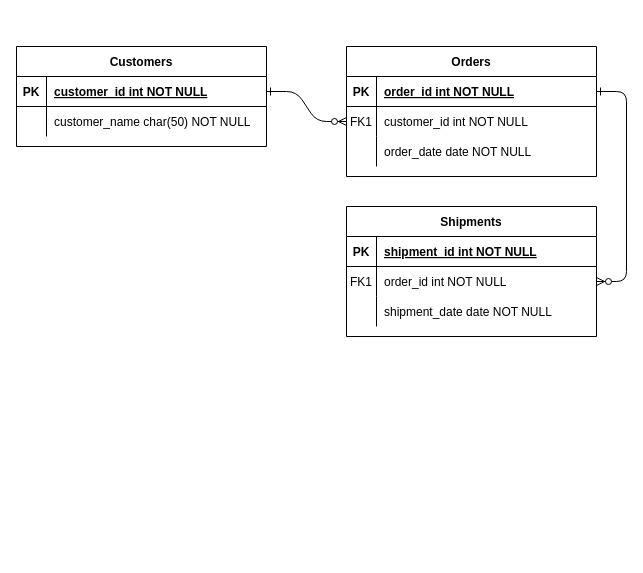
The draw.io diagram Untitled Diagram.drawio in nam6699/demo, before the edit. Source tidied: cells renumbered, new cells numbered last; positions are measured from the earlier drawing's top-left corner, leaving out a move shared by most shapes. Both pictures are drawn from the tidied source at 100%, with x=0, y=0 at pixel (16, 46).
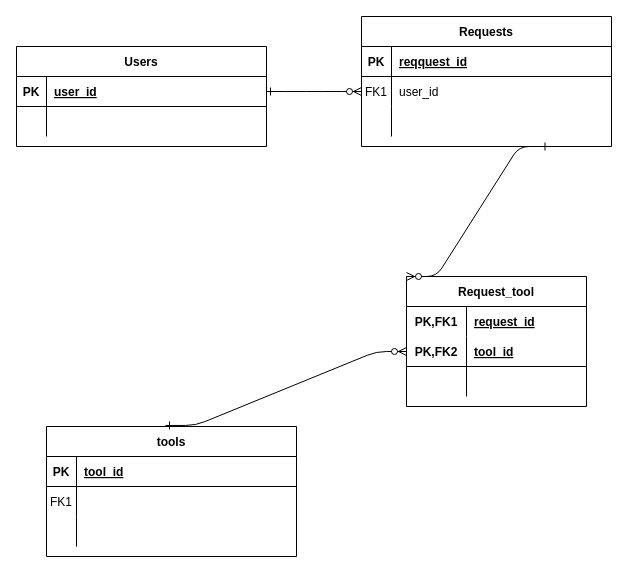
Above is the later version.

Unchanged cells that the change refers to:
```xml
<mxCell id="5" style="shape=partialRectangle;fillColor=none;points=[[0,0.5],[1,0.5]];portConstraint=eastwest;top=0;left=0;right=0;bottom=1;" parent="4" vertex="1">
  <mxGeometry y="30" width="250" height="30" as="geometry" />
</mxCell>
<mxCell id="8" style="shape=partialRectangle;fillColor=none;points=[[0,0.5],[1,0.5]];portConstraint=eastwest;top=0;left=0;right=0;bottom=0;" parent="4" vertex="1">
  <mxGeometry y="60" width="250" height="30" as="geometry" />
</mxCell>
<mxCell id="11" style="shape=partialRectangle;fillColor=none;top=0;left=0;right=0;bottom=0;" parent="4" vertex="1">
  <mxGeometry y="90" width="250" height="30" as="geometry" />
</mxCell>
<mxCell id="15" style="shape=partialRectangle;fillColor=none;top=0;left=0;right=0;bottom=1;" parent="14" vertex="1">
  <mxGeometry y="30" width="250" height="30" as="geometry" />
</mxCell>
<mxCell id="18" style="shape=partialRectangle;fillColor=none;points=[[0,0.5],[1,0.5]];portConstraint=eastwest;top=0;left=0;right=0;bottom=0;" parent="14" vertex="1">
  <mxGeometry y="60" width="250" height="30" as="geometry" />
</mxCell>
<mxCell id="21" style="shape=partialRectangle;fillColor=none;top=0;left=0;right=0;bottom=0;" parent="14" vertex="1">
  <mxGeometry y="90" width="250" height="30" as="geometry" />
</mxCell>
<mxCell id="25" style="shape=partialRectangle;fillColor=none;points=[[0,0.5],[1,0.5]];portConstraint=eastwest;top=0;left=0;right=0;bottom=1;" parent="24" vertex="1">
  <mxGeometry y="30" width="250" height="30" as="geometry" />
</mxCell>
<mxCell id="28" style="shape=partialRectangle;fillColor=none;top=0;left=0;right=0;bottom=0;" parent="24" vertex="1">
  <mxGeometry y="60" width="250" height="30" as="geometry" />
</mxCell>
```

The edit, as a diff of the source:
```diff
@@
-    <mxCell id="3" style="edgeStyle=entityRelationEdgeStyle;endArrow=ERzeroToMany;startArrow=ERone;endFill=1;startFill=0;" parent="1" edge="1" source="5" target="18">
-      <mxGeometry relative="1" as="geometry" />
-    </mxCell>
-    <mxCell id="4" value="Orders" style="shape=table;startSize=30;childLayout=tableLayout;rowLines=0;fontStyle=1;align=center;" parent="1" vertex="1">
-      <mxGeometry x="330" width="250" height="130" as="geometry" />
+    <mxCell id="4" value="Requests" style="shape=table;startSize=30;childLayout=tableLayout;rowLines=0;fontStyle=1;align=center;" parent="1" vertex="1">
+      <mxGeometry x="345" y="-30" width="250" height="130" as="geometry" />
     </mxCell>
@@
-    <mxCell id="7" value="order_id int NOT NULL " style="shape=partialRectangle;overflow=hidden;fillColor=none;top=0;left=0;bottom=0;right=0;align=left;spacingLeft=6;fontStyle=5;" parent="5" vertex="1">
+    <mxCell id="7" value="reqquest_id" style="shape=partialRectangle;overflow=hidden;fillColor=none;top=0;left=0;bottom=0;right=0;align=left;spacingLeft=6;fontStyle=5;" parent="5" vertex="1">
       <mxGeometry x="30" width="220" height="30" as="geometry" />
     </mxCell>
@@
-    <mxCell id="10" value="customer_id int NOT NULL" style="shape=partialRectangle;overflow=hidden;fillColor=none;top=0;left=0;bottom=0;right=0;align=left;spacingLeft=6;" parent="8" vertex="1">
+    <mxCell id="10" value="user_id" style="shape=partialRectangle;overflow=hidden;fillColor=none;top=0;left=0;bottom=0;right=0;align=left;spacingLeft=6;" parent="8" vertex="1">
       <mxGeometry x="30" width="220" height="30" as="geometry" />
     </mxCell>
@@
-    <mxCell id="13" value="order_date date NOT NULL" style="shape=partialRectangle;overflow=hidden;fillColor=none;top=0;left=0;bottom=0;right=0;align=left;spacingLeft=6;" parent="11" vertex="1">
+    <mxCell id="13" style="shape=partialRectangle;overflow=hidden;fillColor=none;top=0;left=0;bottom=0;right=0;align=left;spacingLeft=6;" parent="11" vertex="1">
       <mxGeometry x="30" width="220" height="30" as="geometry" />
     </mxCell>
-    <mxCell id="14" value="Shipments" style="shape=table;startSize=30;childLayout=tableLayout;rowLines=0;fontStyle=1;align=center;" parent="1" vertex="1">
-      <mxGeometry x="330" y="160" width="250" height="130" as="geometry" />
+    <mxCell id="14" value="tools" style="shape=table;startSize=30;childLayout=tableLayout;rowLines=0;fontStyle=1;align=center;" parent="1" vertex="1">
+      <mxGeometry x="30" y="380" width="250" height="130" as="geometry" />
     </mxCell>
@@
-    <mxCell id="17" value="shipment_id int NOT NULL " style="shape=partialRectangle;overflow=hidden;fillColor=none;top=0;left=0;bottom=0;right=0;align=left;spacingLeft=6;fontStyle=5;" parent="15" vertex="1">
+    <mxCell id="17" value="tool_id" style="shape=partialRectangle;overflow=hidden;fillColor=none;top=0;left=0;bottom=0;right=0;align=left;spacingLeft=6;fontStyle=5;" parent="15" vertex="1">
       <mxGeometry x="30" width="220" height="30" as="geometry" />
     </mxCell>
@@
-    <mxCell id="20" value="order_id int NOT NULL" style="shape=partialRectangle;overflow=hidden;fillColor=none;top=0;left=0;bottom=0;right=0;align=left;spacingLeft=6;" parent="18" vertex="1">
+    <mxCell id="20" style="shape=partialRectangle;overflow=hidden;fillColor=none;top=0;left=0;bottom=0;right=0;align=left;spacingLeft=6;" parent="18" vertex="1">
       <mxGeometry x="30" width="220" height="30" as="geometry" />
     </mxCell>
@@
-    <mxCell id="23" value="shipment_date date NOT NULL" style="shape=partialRectangle;overflow=hidden;fillColor=none;top=0;left=0;bottom=0;right=0;align=left;spacingLeft=6;" parent="21" vertex="1">
+    <mxCell id="23" style="shape=partialRectangle;overflow=hidden;fillColor=none;top=0;left=0;bottom=0;right=0;align=left;spacingLeft=6;" parent="21" vertex="1">
       <mxGeometry x="30" width="220" height="30" as="geometry" />
     </mxCell>
-    <mxCell id="24" value="Customers" style="shape=table;startSize=30;childLayout=tableLayout;rowLines=0;fontStyle=1;align=center;" parent="1" vertex="1">
+    <mxCell id="24" value="Users" style="shape=table;startSize=30;childLayout=tableLayout;rowLines=0;fontStyle=1;align=center;" parent="1" vertex="1">
       <mxGeometry width="250" height="100" as="geometry" />
     </mxCell>
@@
-    <mxCell id="27" value="customer_id int NOT NULL " style="shape=partialRectangle;overflow=hidden;fillColor=none;top=0;left=0;bottom=0;right=0;align=left;spacingLeft=6;fontStyle=5;" parent="25" vertex="1">
+    <mxCell id="27" value="user_id" style="shape=partialRectangle;overflow=hidden;fillColor=none;top=0;left=0;bottom=0;right=0;align=left;spacingLeft=6;fontStyle=5;" parent="25" vertex="1">
       <mxGeometry x="30" width="220" height="30" as="geometry" />
     </mxCell>
@@
-    <mxCell id="30" value="customer_name char(50) NOT NULL" style="shape=partialRectangle;overflow=hidden;fillColor=none;top=0;left=0;bottom=0;right=0;align=left;spacingLeft=6;" parent="28" vertex="1">
+    <mxCell id="30" style="shape=partialRectangle;overflow=hidden;fillColor=none;top=0;left=0;bottom=0;right=0;align=left;spacingLeft=6;" parent="28" vertex="1">
       <mxGeometry x="30" width="220" height="30" as="geometry" />
     </mxCell>
+    <mxCell id="31" value="Request_tool" style="shape=table;startSize=30;childLayout=tableLayout;rowLines=0;fontStyle=1;align=center;" parent="1" vertex="1">
+      <mxGeometry x="390" y="230" width="180" height="130" as="geometry" />
+    </mxCell>
+    <mxCell id="32" style="shape=partialRectangle;fillColor=none;top=0;left=0;bottom=0;right=0;" parent="31" vertex="1">
+      <mxGeometry y="30" width="180" height="30" as="geometry" />
+    </mxCell>
+    <mxCell id="33" value="PK,FK1" style="shape=partialRectangle;fillColor=none;top=0;left=0;bottom=0;right=0;fontStyle=1;overflow=hidden;" parent="32" vertex="1">
+      <mxGeometry width="60" height="30" as="geometry" />
+    </mxCell>
+    <mxCell id="34" value="request_id" style="shape=partialRectangle;fillColor=none;top=0;left=0;bottom=0;right=0;align=left;spacingLeft=6;fontStyle=5;overflow=hidden;" parent="32" vertex="1">
+      <mxGeometry x="60" width="120" height="30" as="geometry" />
+    </mxCell>
+    <mxCell id="35" style="shape=partialRectangle;fillColor=none;top=0;left=0;bottom=1;right=0;points=[[0,0.5],[1,0.5]];portConstraint=eastwest;" parent="31" vertex="1">
+      <mxGeometry y="60" width="180" height="30" as="geometry" />
+    </mxCell>
+    <mxCell id="36" value="PK,FK2" style="shape=partialRectangle;fillColor=none;top=0;left=0;bottom=0;right=0;fontStyle=1;overflow=hidden;" parent="35" vertex="1">
+      <mxGeometry width="60" height="30" as="geometry" />
+    </mxCell>
+    <mxCell id="37" value="tool_id" style="shape=partialRectangle;fillColor=none;top=0;left=0;bottom=0;right=0;align=left;spacingLeft=6;fontStyle=5;overflow=hidden;" parent="35" vertex="1">
+      <mxGeometry x="60" width="120" height="30" as="geometry" />
+    </mxCell>
+    <mxCell id="38" style="shape=partialRectangle;fillColor=none;top=0;left=0;bottom=0;right=0;" parent="31" vertex="1">
+      <mxGeometry y="90" width="180" height="30" as="geometry" />
+    </mxCell>
+    <mxCell id="39" style="shape=partialRectangle;fillColor=none;top=0;left=0;bottom=0;right=0;overflow=hidden;" parent="38" vertex="1">
+      <mxGeometry width="60" height="30" as="geometry" />
+    </mxCell>
+    <mxCell id="40" style="shape=partialRectangle;fillColor=none;top=0;left=0;bottom=0;right=0;align=left;spacingLeft=6;overflow=hidden;" parent="38" vertex="1">
+      <mxGeometry x="60" width="120" height="30" as="geometry" />
+    </mxCell>
+    <mxCell id="41" style="edgeStyle=entityRelationEdgeStyle;endArrow=ERzeroToMany;startArrow=ERone;endFill=1;startFill=0;exitX=0.476;exitY=-0.008;exitDx=0;exitDy=0;exitPerimeter=0;entryX=0;entryY=0.5;entryDx=0;entryDy=0;" parent="1" edge="1" source="14" target="35">
+      <mxGeometry relative="1" as="geometry" />
+    </mxCell>
+    <mxCell id="42" style="edgeStyle=entityRelationEdgeStyle;endArrow=ERzeroToMany;startArrow=ERone;endFill=1;startFill=0;entryX=0;entryY=0;entryDx=0;entryDy=0;exitX=0.75;exitY=1;exitDx=0;exitDy=0;" parent="1" edge="1" source="4" target="31">
+      <mxGeometry relative="1" as="geometry" />
+    </mxCell>
```
